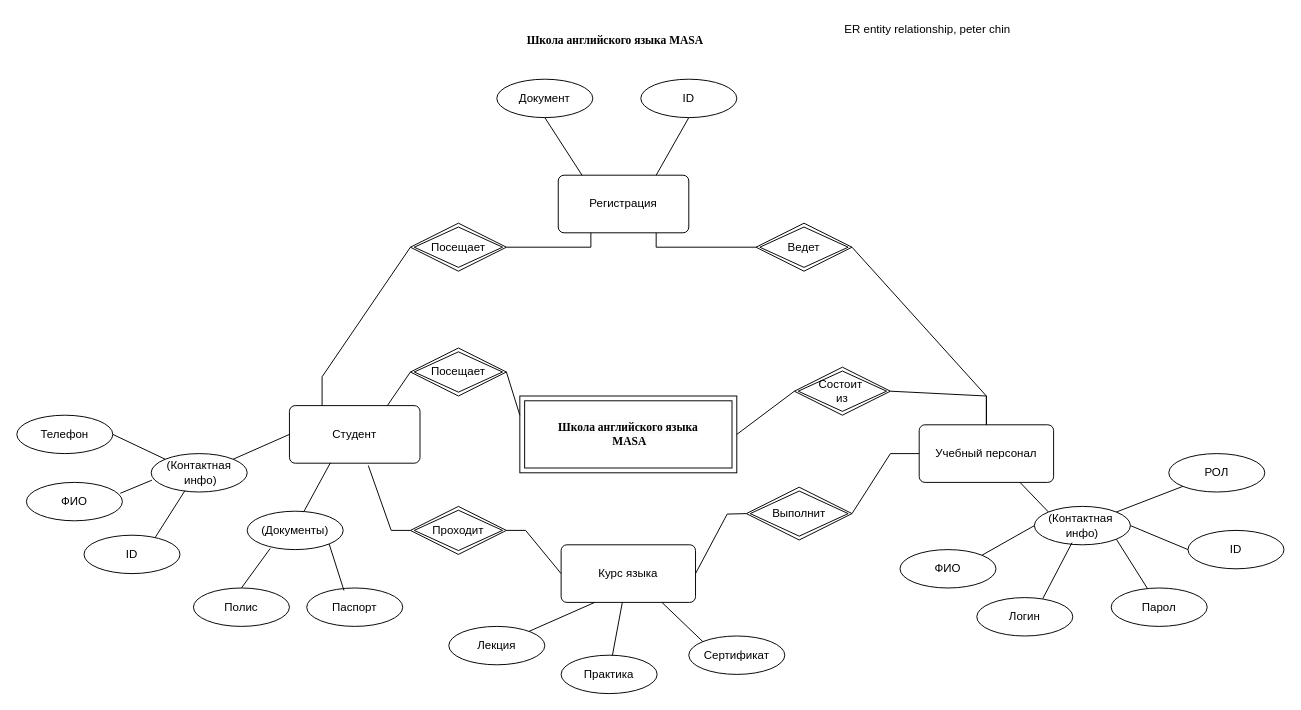
Before: Entity_Relation_Masa_notation_peter_chin.drawio in mati-tech/draw.io, a draw.io diagram. Source tidied: cells renumbered, new cells numbered last; positions are measured from the earlier drawing's top-left corner, leaving out a move shared by most shapes. Both pictures are drawn from the tidied source at 96%, with x=0, y=0 at pixel (16, 16).
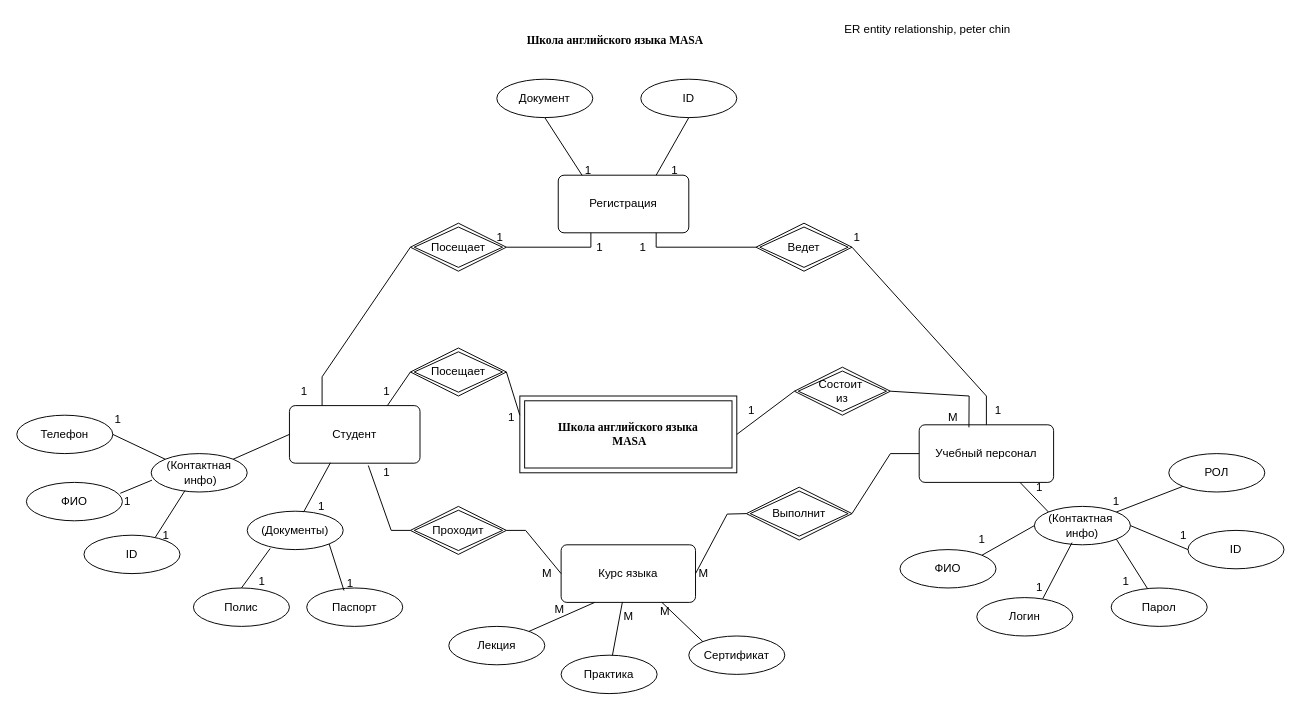
The same page after the edit.

Unchanged cells that the change refers to:
```xml
<mxCell id="7" value="Учебный персонал" style="rounded=1;arcSize=10;whiteSpace=wrap;html=1;align=center;" parent="1" vertex="1">
  <mxGeometry x="940" y="425" width="140" height="60" as="geometry" />
</mxCell>
<mxCell id="13" value="Состоит&amp;nbsp;&lt;div&gt;из&lt;/div&gt;" style="shape=rhombus;double=1;perimeter=rhombusPerimeter;whiteSpace=wrap;html=1;align=center;" parent="1" vertex="1">
  <mxGeometry x="810" y="365" width="100" height="50" as="geometry" />
</mxCell>
```

The edit, as a diff of the source:
```diff
@@
-    <mxCell id="33" style="endArrow=none;html=1;rounded=0;entryX=0.5;entryY=0;entryDx=0;entryDy=0;exitX=1;exitY=0.5;exitDx=0;exitDy=0;" parent="1" edge="1" source="13" target="7">
+    <mxCell id="33" style="endArrow=none;html=1;rounded=0;entryX=0.37;entryY=0.044;entryDx=0;entryDy=0;exitX=1;exitY=0.5;exitDx=0;exitDy=0;entryPerimeter=0;" parent="1" edge="1" source="13" target="7">
       <mxGeometry relative="1" as="geometry">
         <Array as="points">
-          <mxPoint x="1010" y="395" />
+          <mxPoint x="992" y="395" />
         </Array>
       </mxGeometry>
     </mxCell>
@@
+    <mxCell id="63" value="М" style="text;html=1;align=center;verticalAlign=middle;strokeColor=none;fillColor=none;" parent="1" vertex="1">
+      <mxGeometry x="537" y="565" width="30" height="30" as="geometry" />
+    </mxCell>
+    <mxCell id="64" value="М" style="text;html=1;align=center;verticalAlign=middle;strokeColor=none;fillColor=none;" parent="1" vertex="1">
+      <mxGeometry x="550" y="603" width="30" height="30" as="geometry" />
+    </mxCell>
+    <mxCell id="65" value="М" style="text;html=1;align=center;verticalAlign=middle;strokeColor=none;fillColor=none;" parent="1" vertex="1">
+      <mxGeometry x="622" y="610" width="30" height="30" as="geometry" />
+    </mxCell>
+    <mxCell id="66" value="М" style="text;html=1;align=center;verticalAlign=middle;strokeColor=none;fillColor=none;" parent="1" vertex="1">
+      <mxGeometry x="660" y="605" width="30" height="30" as="geometry" />
+    </mxCell>
+    <mxCell id="67" value="М" style="text;html=1;align=center;verticalAlign=middle;strokeColor=none;fillColor=none;" parent="1" vertex="1">
+      <mxGeometry x="700" y="565" width="30" height="30" as="geometry" />
+    </mxCell>
+    <mxCell id="68" value="1" style="text;html=1;align=center;verticalAlign=middle;strokeColor=none;fillColor=none;" parent="1" vertex="1">
+      <mxGeometry x="860" y="215" width="30" height="30" as="geometry" />
+    </mxCell>
+    <mxCell id="69" value="1" style="text;html=1;align=center;verticalAlign=middle;strokeColor=none;fillColor=none;" parent="1" vertex="1">
+      <mxGeometry x="1007" y="395" width="30" height="30" as="geometry" />
+    </mxCell>
+    <mxCell id="70" value="1" style="text;html=1;align=center;verticalAlign=middle;strokeColor=none;fillColor=none;" parent="1" vertex="1">
+      <mxGeometry x="670" y="145" width="30" height="30" as="geometry" />
+    </mxCell>
+    <mxCell id="71" value="1" style="text;html=1;align=center;verticalAlign=middle;strokeColor=none;fillColor=none;" parent="1" vertex="1">
+      <mxGeometry x="637" y="225" width="30" height="30" as="geometry" />
+    </mxCell>
+    <mxCell id="72" value="1" style="text;html=1;align=center;verticalAlign=middle;strokeColor=none;fillColor=none;" parent="1" vertex="1">
+      <mxGeometry x="592" y="225" width="30" height="30" as="geometry" />
+    </mxCell>
+    <mxCell id="73" value="1" style="text;html=1;align=center;verticalAlign=middle;strokeColor=none;fillColor=none;" parent="1" vertex="1">
+      <mxGeometry x="488" y="215" width="30" height="30" as="geometry" />
+    </mxCell>
+    <mxCell id="74" value="1" style="text;html=1;align=center;verticalAlign=middle;strokeColor=none;fillColor=none;" parent="1" vertex="1">
+      <mxGeometry x="284" y="375" width="30" height="30" as="geometry" />
+    </mxCell>
+    <mxCell id="75" value="1" style="text;html=1;align=center;verticalAlign=middle;strokeColor=none;fillColor=none;" parent="1" vertex="1">
+      <mxGeometry x="500" y="403" width="30" height="30" as="geometry" />
+    </mxCell>
+    <mxCell id="76" value="1" style="text;html=1;align=center;verticalAlign=middle;strokeColor=none;fillColor=none;" parent="1" vertex="1">
+      <mxGeometry x="370" y="375" width="30" height="30" as="geometry" />
+    </mxCell>
+    <mxCell id="77" value="1" style="text;html=1;align=center;verticalAlign=middle;strokeColor=none;fillColor=none;" parent="1" vertex="1">
+      <mxGeometry x="580" y="145" width="30" height="30" as="geometry" />
+    </mxCell>
+    <mxCell id="78" value="1" style="text;html=1;align=center;verticalAlign=middle;strokeColor=none;fillColor=none;" parent="1" vertex="1">
+      <mxGeometry x="370" y="460" width="30" height="30" as="geometry" />
+    </mxCell>
+    <mxCell id="79" value="1" style="text;html=1;align=center;verticalAlign=middle;strokeColor=none;fillColor=none;" parent="1" vertex="1">
+      <mxGeometry x="990" y="530" width="30" height="30" as="geometry" />
+    </mxCell>
+    <mxCell id="80" value="1" style="text;html=1;align=center;verticalAlign=middle;strokeColor=none;fillColor=none;" parent="1" vertex="1">
+      <mxGeometry x="1050" y="580" width="30" height="30" as="geometry" />
+    </mxCell>
+    <mxCell id="81" value="1" style="text;html=1;align=center;verticalAlign=middle;strokeColor=none;fillColor=none;" parent="1" vertex="1">
+      <mxGeometry x="1140" y="573" width="30" height="30" as="geometry" />
+    </mxCell>
+    <mxCell id="82" value="1" style="text;html=1;align=center;verticalAlign=middle;strokeColor=none;fillColor=none;" parent="1" vertex="1">
+      <mxGeometry x="1200" y="525" width="30" height="30" as="geometry" />
+    </mxCell>
+    <mxCell id="83" value="1" style="text;html=1;align=center;verticalAlign=middle;strokeColor=none;fillColor=none;" parent="1" vertex="1">
+      <mxGeometry x="750" y="395" width="30" height="30" as="geometry" />
+    </mxCell>
+    <mxCell id="84" value="1" style="text;html=1;align=center;verticalAlign=middle;strokeColor=none;fillColor=none;" parent="1" vertex="1">
+      <mxGeometry x="1130" y="490" width="30" height="30" as="geometry" />
+    </mxCell>
+    <mxCell id="85" value="1" style="text;html=1;align=center;verticalAlign=middle;strokeColor=none;fillColor=none;" parent="1" vertex="1">
+      <mxGeometry x="1050" y="475" width="30" height="30" as="geometry" />
+    </mxCell>
+    <mxCell id="86" value="М" style="text;html=1;align=center;verticalAlign=middle;strokeColor=none;fillColor=none;" parent="1" vertex="1">
+      <mxGeometry x="960" y="403" width="30" height="30" as="geometry" />
+    </mxCell>
+    <mxCell id="87" value="1" style="text;html=1;align=center;verticalAlign=middle;strokeColor=none;fillColor=none;" parent="1" vertex="1">
+      <mxGeometry x="240" y="573" width="30" height="30" as="geometry" />
+    </mxCell>
+    <mxCell id="88" value="1" style="text;html=1;align=center;verticalAlign=middle;strokeColor=none;fillColor=none;" parent="1" vertex="1">
+      <mxGeometry x="332" y="575" width="30" height="30" as="geometry" />
+    </mxCell>
+    <mxCell id="89" value="1" style="text;html=1;align=center;verticalAlign=middle;strokeColor=none;fillColor=none;" parent="1" vertex="1">
+      <mxGeometry x="302" y="495" width="30" height="30" as="geometry" />
+    </mxCell>
+    <mxCell id="90" value="1" style="text;html=1;align=center;verticalAlign=middle;strokeColor=none;fillColor=none;" parent="1" vertex="1">
+      <mxGeometry x="100" y="490" width="30" height="30" as="geometry" />
+    </mxCell>
+    <mxCell id="91" value="1" style="text;html=1;align=center;verticalAlign=middle;strokeColor=none;fillColor=none;" parent="1" vertex="1">
+      <mxGeometry x="140" y="525" width="30" height="30" as="geometry" />
+    </mxCell>
+    <mxCell id="92" value="1" style="text;html=1;align=center;verticalAlign=middle;strokeColor=none;fillColor=none;" parent="1" vertex="1">
+      <mxGeometry x="90" y="405" width="30" height="30" as="geometry" />
+    </mxCell>
```
